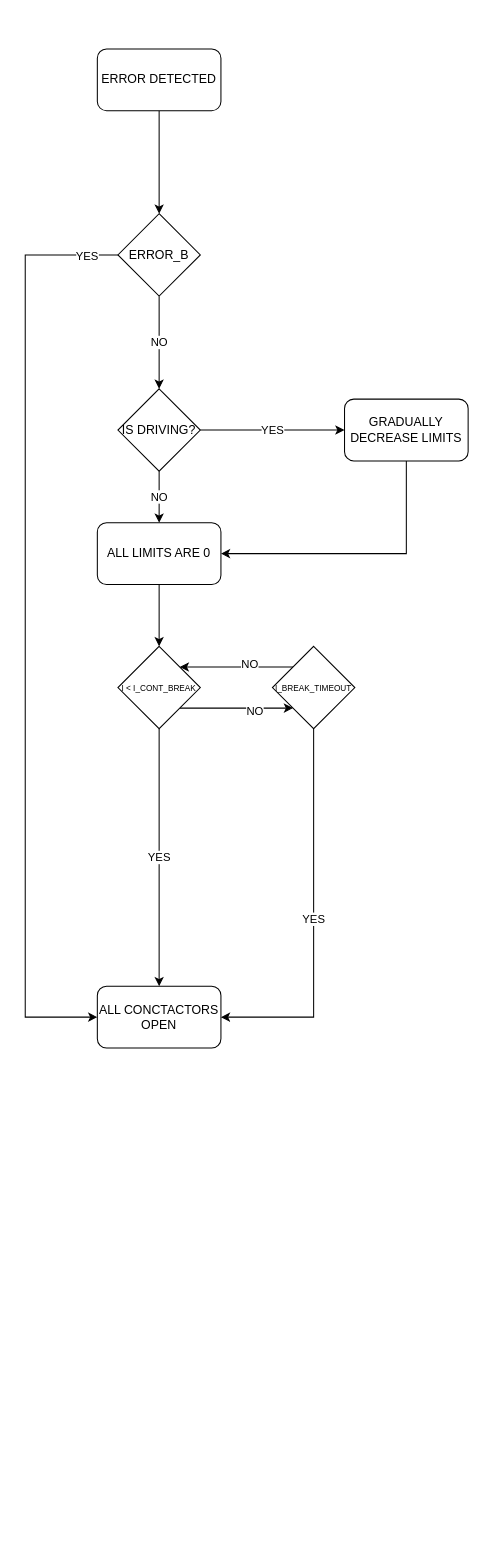
Earlier version of the draw.io diagram page "ENTER_ERROR_SEQUENCE" (5 of 5) of DRAWINGS/HV_BMS_Flow.drawio (yusufselimkaratas/Draw_Io). Source tidied: cells renumbered, new cells numbered last; positions are measured from the earlier drawing's top-left corner, leaving out a move shared by most shapes. Both pictures are drawn from the tidied source at 103%, with x=0, y=0 at pixel (25, 48).
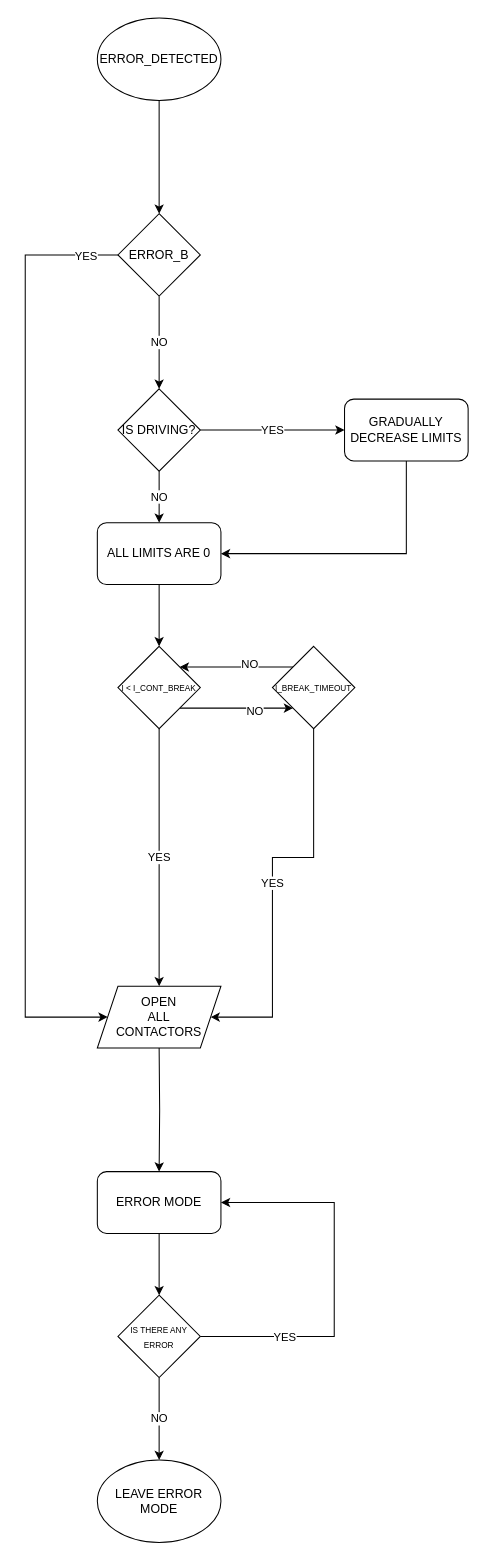
The same page after the edit.

Commit message:
Enter/Leave Error Mode has been added.

The change refers to these unchanged cells:
```xml
<mxCell id="7" value="ERROR_B" style="rhombus;whiteSpace=wrap;html=1;" parent="1" vertex="1">
  <mxGeometry x="90" y="160" width="80" height="80" as="geometry" />
</mxCell>
<mxCell id="16" value="&lt;font style=&quot;font-size: 8px&quot;&gt;I &amp;lt; I_CONT_BREAK&lt;/font&gt;" style="rhombus;whiteSpace=wrap;html=1;" parent="1" vertex="1">
  <mxGeometry x="90" y="580" width="80" height="80" as="geometry" />
</mxCell>
<mxCell id="21" value="&lt;font style=&quot;font-size: 8px&quot;&gt;I_BREAK_TIMEOUT&lt;/font&gt;" style="rhombus;whiteSpace=wrap;html=1;" parent="1" vertex="1">
  <mxGeometry x="240" y="580" width="80" height="80" as="geometry" />
</mxCell>
```

Diff of the diagram source:
```diff
@@
-    <mxCell id="2" style="edgeStyle=orthogonalEdgeStyle;rounded=0;jettySize=auto;html=1;exitX=0.5;exitY=1;exitDx=0;exitDy=0;entryX=0.5;entryY=0;entryDx=0;entryDy=0;" parent="1" edge="1" source="3" target="7">
+    <mxCell id="2" style="edgeStyle=orthogonalEdgeStyle;rounded=0;jettySize=auto;html=1;exitX=0.5;exitY=1;exitDx=0;exitDy=0;entryX=0.5;entryY=0;entryDx=0;entryDy=0;" parent="1" edge="1" source="32" target="7">
       <mxGeometry relative="1" as="geometry" />
     </mxCell>
-    <mxCell id="3" value="ERROR DETECTED" style="rounded=1;whiteSpace=wrap;html=1;" parent="1" vertex="1">
-      <mxGeometry x="70" width="120" height="60" as="geometry" />
-    </mxCell>
@@
-    <mxCell id="5" style="edgeStyle=orthogonalEdgeStyle;rounded=0;jettySize=auto;html=1;exitX=0;exitY=0.5;exitDx=0;exitDy=0;entryX=0;entryY=0.5;entryDx=0;entryDy=0;" parent="1" edge="1" source="7" target="17">
+    <mxCell id="5" style="edgeStyle=orthogonalEdgeStyle;rounded=0;jettySize=auto;html=1;exitX=0;exitY=0.5;exitDx=0;exitDy=0;entryX=0;entryY=0.5;entryDx=0;entryDy=0;" parent="1" edge="1" source="7" target="31">
       <mxGeometry relative="1" as="geometry">
         <Array as="points">
           <mxPoint y="200" />
           <mxPoint y="940" />
         </Array>
       </mxGeometry>
     </mxCell>
@@
-    <mxCell id="13" value="YES" style="edgeStyle=orthogonalEdgeStyle;rounded=0;jettySize=auto;html=1;exitX=0.5;exitY=1;exitDx=0;exitDy=0;" parent="1" edge="1" source="16" target="17">
-      <mxGeometry relative="1" as="geometry">
-        <Array as="points">
-          <mxPoint x="130" y="680" />
-          <mxPoint x="130" y="680" />
-        </Array>
-      </mxGeometry>
+    <mxCell id="13" value="YES" style="edgeStyle=orthogonalEdgeStyle;rounded=0;jettySize=auto;html=1;exitX=0.5;exitY=1;exitDx=0;exitDy=0;entryX=0.5;entryY=0;entryDx=0;entryDy=0;" parent="1" edge="1" source="16" target="31">
+      <mxGeometry relative="1" as="geometry" />
     </mxCell>
@@
-    <mxCell id="17" value="ALL CONCTACTORS OPEN" style="rounded=1;whiteSpace=wrap;html=1;" parent="1" vertex="1">
-      <mxGeometry x="70" y="910" width="120" height="60" as="geometry" />
-    </mxCell>
+    <mxCell id="24" style="edgeStyle=orthogonalEdgeStyle;rounded=0;jettySize=auto;html=1;exitX=0.5;exitY=1;exitDx=0;exitDy=0;entryX=0.5;entryY=0;entryDx=0;entryDy=0;" parent="1" edge="1" target="26">
+      <mxGeometry relative="1" as="geometry">
+        <mxPoint x="130" y="970" as="sourcePoint" />
+      </mxGeometry>
+    </mxCell>
-    <mxCell id="18" value="YES" style="edgeStyle=orthogonalEdgeStyle;rounded=0;jettySize=auto;html=1;exitX=0.5;exitY=1;exitDx=0;exitDy=0;entryX=1;entryY=0.5;entryDx=0;entryDy=0;" parent="1" edge="1" source="21" target="17">
-      <mxGeometry relative="1" as="geometry" />
+    <mxCell id="18" value="YES" style="edgeStyle=orthogonalEdgeStyle;rounded=0;jettySize=auto;html=1;exitX=0.5;exitY=1;exitDx=0;exitDy=0;entryX=1;entryY=0.5;entryDx=0;entryDy=0;" parent="1" edge="1" source="21" target="31">
+      <mxGeometry relative="1" as="geometry">
+        <Array as="points">
+          <mxPoint x="280" y="785" />
+          <mxPoint x="240" y="785" />
+          <mxPoint x="240" y="940" />
+        </Array>
+      </mxGeometry>
     </mxCell>
@@
+    <mxCell id="25" style="edgeStyle=orthogonalEdgeStyle;rounded=0;jettySize=auto;html=1;exitX=0.5;exitY=1;exitDx=0;exitDy=0;entryX=0.5;entryY=0;entryDx=0;entryDy=0;" parent="1" edge="1" source="26" target="30">
+      <mxGeometry relative="1" as="geometry" />
+    </mxCell>
+    <mxCell id="26" value="ERROR MODE" style="rounded=1;whiteSpace=wrap;html=1;" parent="1" vertex="1">
+      <mxGeometry x="70" y="1090" width="120" height="60" as="geometry" />
+    </mxCell>
+    <mxCell id="27" style="edgeStyle=orthogonalEdgeStyle;rounded=0;jettySize=auto;html=1;exitX=1;exitY=0.5;exitDx=0;exitDy=0;entryX=1;entryY=0.5;entryDx=0;entryDy=0;" parent="1" edge="1" source="30" target="26">
+      <mxGeometry relative="1" as="geometry">
+        <Array as="points">
+          <mxPoint x="300" y="1250" />
+          <mxPoint x="300" y="1120" />
+        </Array>
+      </mxGeometry>
+    </mxCell>
+    <mxCell id="28" value="YES" style="edgeLabel;html=1;align=center;verticalAlign=middle;" parent="27" vertex="1">
+      <mxGeometry x="-0.56" relative="1" as="geometry" />
+    </mxCell>
+    <mxCell id="29" value="NO" style="edgeStyle=orthogonalEdgeStyle;rounded=0;jettySize=auto;html=1;exitX=0.5;exitY=1;exitDx=0;exitDy=0;entryX=0.5;entryY=0;entryDx=0;entryDy=0;" parent="1" edge="1" source="30" target="33">
+      <mxGeometry relative="1" as="geometry">
+        <Array as="points">
+          <mxPoint x="130" y="1320" />
+          <mxPoint x="130" y="1320" />
+        </Array>
+      </mxGeometry>
+    </mxCell>
+    <mxCell id="30" value="&lt;font style=&quot;font-size: 8px&quot;&gt;IS THERE ANY ERROR&lt;/font&gt;" style="rhombus;whiteSpace=wrap;html=1;" parent="1" vertex="1">
+      <mxGeometry x="90" y="1210" width="80" height="80" as="geometry" />
+    </mxCell>
+    <mxCell id="31" value="OPEN&lt;br&gt;ALL &lt;br&gt;CONTACTORS" style="shape=parallelogram;perimeter=parallelogramPerimeter;whiteSpace=wrap;html=1;fixedSize=1;" parent="1" vertex="1">
+      <mxGeometry x="70" y="910" width="120" height="60" as="geometry" />
+    </mxCell>
+    <mxCell id="32" value="ERROR_DETECTED" style="ellipse;whiteSpace=wrap;html=1;" parent="1" vertex="1">
+      <mxGeometry x="70" y="-30" width="120" height="80" as="geometry" />
+    </mxCell>
+    <mxCell id="33" value="LEAVE ERROR MODE" style="ellipse;whiteSpace=wrap;html=1;" parent="1" vertex="1">
+      <mxGeometry x="70" y="1370" width="120" height="80" as="geometry" />
+    </mxCell>
```
